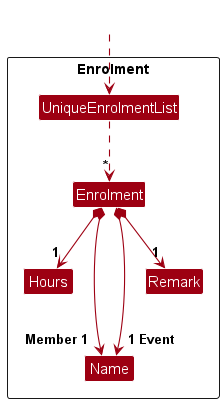
Earlier version of the PlantUML export docs/images/EnrolmentClassDiagram.png (nus-cs2103-AY2324S1/tp). The source it was exported from:
```plantuml
@startuml
!include style.puml
show members
hide empty members
skinparam classAttributeFontColor #FFFFFF
skinparam arrowThickness 1.1
skinparam arrowColor MODEL_COLOR
skinparam classBackgroundColor MODEL_COLOR

Package Enrolment as EnrolmentPackage <<Rectangle>>{

Class UniqueEnrolmentList
Class Enrolment
Class Hours
Class Name
Class Remark
}

Class HiddenOutside #FFFFFF
HiddenOutside ..> UniqueEnrolmentList

UniqueEnrolmentList ..> "*" Enrolment
Enrolment *---> "Member 1" Name
Enrolment *---> "1 Event" Name
Enrolment *--> "1" Hours
Enrolment *--> "1" Remark

@enduml
```
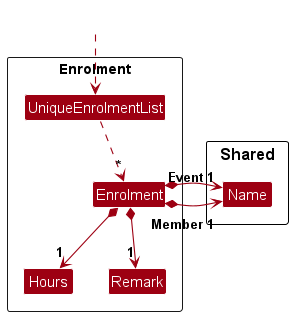
After the commit.

Commit message:
Update diagrams and note for hours and remark in Member and Event

What changed in the source:
```diff
@@ -11,17 +11,21 @@
 
 Class UniqueEnrolmentList
 Class Enrolment
-Class Hours
-Class Name
-Class Remark
+    class Hours
+
+    class Remark
+}
+
+Package Shared {
+    class Name
 }
 
 Class HiddenOutside #FFFFFF
 HiddenOutside ..> UniqueEnrolmentList
 
-UniqueEnrolmentList ..> "*" Enrolment
-Enrolment *---> "Member 1" Name
-Enrolment *---> "1 Event" Name
+UniqueEnrolmentList .down.> "*" Enrolment
+Enrolment *-right--> "Member 1" Name
+Enrolment *-right--> "Event 1" Name
 Enrolment *--> "1" Hours
 Enrolment *--> "1" Remark
 
```
